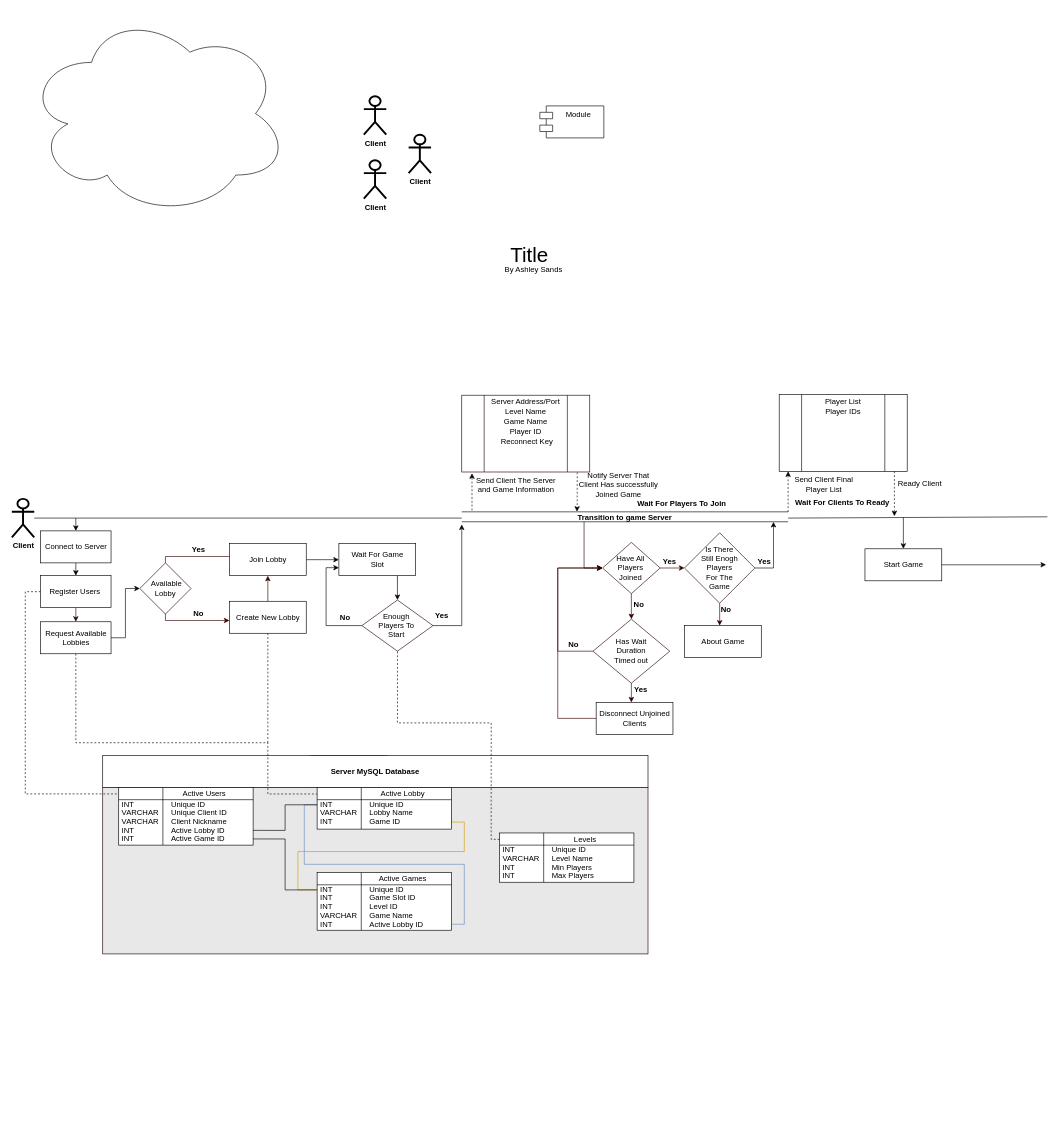
Above: Server 2.drawio in Ashley-Sands/Comp-260 (draw.io), before the change. Source tidied: cells renumbered, new cells numbered last; positions are measured from the earlier drawing's top-left corner, leaving out a move shared by most shapes. Both pictures are drawn from the tidied source at 64%, with x=0, y=0 at pixel (12, 11).
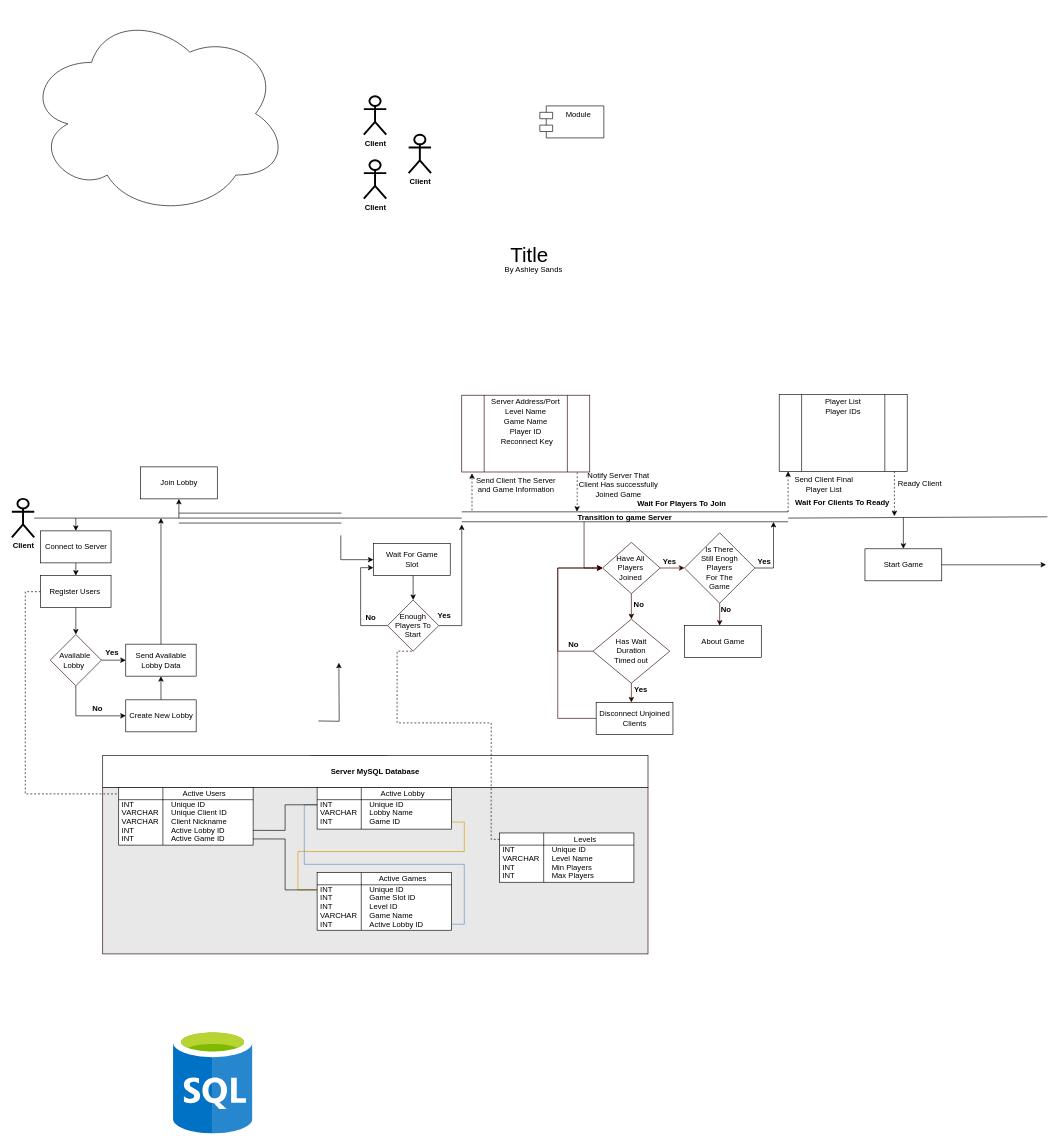
The same page after the edit.

The change refers to these unchanged cells:
```xml
<mxCell id="84" value="Register Users&amp;nbsp;" style="html=1;strokeWidth=1;align=center;" parent="71" vertex="1">
  <mxGeometry x="45" y="882" width="110" height="50" as="geometry" />
</mxCell>
<mxCell id="147" style="shape=internalStorage;whiteSpace=wrap;html=1;backgroundOutline=1;strokeWidth=1;align=center;dx=69;dy=19;" parent="146" vertex="1">
  <mxGeometry width="210" height="65" as="geometry" />
</mxCell>
```

Diff of the diagram source:
```diff
@@
-    <mxCell id="4" style="edgeStyle=elbowEdgeStyle;rounded=0;jettySize=auto;elbow=vertical;html=1;exitX=0.5;exitY=1;exitDx=0;exitDy=0;startArrow=none;startFill=0;endArrow=classic;endFill=1;strokeColor=#330000;fontColor=#050000;entryX=0;entryY=0.6;entryDx=0;entryDy=0;entryPerimeter=0;" parent="1" edge="1" source="5" target="124">
-      <mxGeometry relative="1" as="geometry">
-        <Array as="points">
-          <mxPoint x="380" y="952" />
-        </Array>
-      </mxGeometry>
-    </mxCell>
-    <mxCell id="5" style="rhombus;whiteSpace=wrap;html=1;rounded=0;glass=0;strokeColor=#260000;fillColor=#ffffff;fontColor=#FF0000;align=left;" parent="1" vertex="1">
-      <mxGeometry x="200" y="862" width="80" height="80" as="geometry" />
-    </mxCell>
-    <mxCell id="6" value="&amp;nbsp;Available Lobby" style="text;html=1;strokeColor=none;fillColor=none;align=center;verticalAlign=middle;whiteSpace=wrap;rounded=0;glass=0;fontColor=#050000;" parent="1" vertex="1">
-      <mxGeometry x="210" y="872" width="60" height="60" as="geometry" />
-    </mxCell>
-    <mxCell id="7" style="edgeStyle=elbowEdgeStyle;rounded=0;jettySize=auto;elbow=vertical;html=1;exitX=0.5;exitY=0;exitDx=0;exitDy=0;startArrow=none;startFill=0;endArrow=classic;endFill=1;strokeColor=#330000;fontColor=#050000;horizontal=1;" parent="1" edge="1" source="5">
-      <mxGeometry relative="1" as="geometry">
-        <mxPoint x="399" y="852" as="targetPoint" />
-        <Array as="points">
-          <mxPoint x="360" y="852" />
-        </Array>
-      </mxGeometry>
-    </mxCell>
-    <mxCell id="8" value="&lt;b&gt;Yes&lt;/b&gt;" style="text;html=1;strokeColor=none;fillColor=none;align=center;verticalAlign=middle;whiteSpace=wrap;rounded=0;glass=0;fontColor=#050000;" parent="1" vertex="1">
-      <mxGeometry x="272" y="832" width="40" height="20" as="geometry" />
-    </mxCell>
-    <mxCell id="9" value="&lt;b&gt;No&lt;/b&gt;" style="text;html=1;strokeColor=none;fillColor=none;align=center;verticalAlign=middle;whiteSpace=wrap;rounded=0;glass=0;fontColor=#050000;" parent="1" vertex="1">
-      <mxGeometry x="272" y="932" width="40" height="20" as="geometry" />
-    </mxCell>
-    <mxCell id="10" style="edgeStyle=elbowEdgeStyle;rounded=0;jettySize=auto;elbow=vertical;html=1;exitX=1;exitY=0.5;exitDx=0;exitDy=0;startArrow=none;startFill=0;endArrow=classic;endFill=1;strokeColor=#000000;fontColor=#050000;" parent="1" edge="1" source="11" target="14">
-      <mxGeometry relative="1" as="geometry" />
+    <mxCell id="10" style="edgeStyle=elbowEdgeStyle;rounded=0;orthogonalLoop=1;jettySize=auto;elbow=vertical;html=1;startArrow=none;startFill=0;endArrow=classic;endFill=1;strokeColor=#000000;fontColor=#050000;" parent="1" edge="1">
+      <mxGeometry relative="1" as="geometry">
+        <mxPoint x="514" y="819" as="sourcePoint" />
+        <mxPoint x="565" y="857" as="targetPoint" />
+        <Array as="points">
+          <mxPoint x="437" y="857" />
+          <mxPoint x="421" y="850" />
+        </Array>
+      </mxGeometry>
     </mxCell>
-    <mxCell id="11" value="Join Lobby" style="html=1;strokeWidth=1;align=center;" parent="1" vertex="1">
-      <mxGeometry x="340" y="832" width="120" height="50" as="geometry" />
-    </mxCell>
-    <mxCell id="12" style="edgeStyle=elbowEdgeStyle;rounded=0;jettySize=auto;elbow=vertical;html=1;exitX=0.5;exitY=0;exitDx=0;exitDy=0;entryX=0.5;entryY=1;entryDx=0;entryDy=0;startArrow=none;startFill=0;endArrow=classic;endFill=1;strokeColor=#330000;fontColor=#050000;" parent="1" edge="1" source="124" target="11">
-      <mxGeometry relative="1" as="geometry" />
-    </mxCell>
-    <mxCell id="13" style="edgeStyle=orthogonalEdgeStyle;rounded=0;jettySize=auto;html=1;entryX=0.5;entryY=0;entryDx=0;entryDy=0;endArrow=classic;endFill=1;exitX=0.75;exitY=1;exitDx=0;exitDy=0;" parent="1" edge="1" source="14" target="58">
-      <mxGeometry relative="1" as="geometry" />
+    <mxCell id="13" style="edgeStyle=orthogonalEdgeStyle;rounded=0;jettySize=auto;html=1;entryX=0.5;entryY=0;entryDx=0;entryDy=0;endArrow=classic;endFill=1;exitX=0.5;exitY=1;exitDx=0;exitDy=0;" parent="1" edge="1" source="14" target="58">
+      <mxGeometry relative="1" as="geometry">
+        <Array as="points">
+          <mxPoint x="627" y="882" />
+        </Array>
+      </mxGeometry>
     </mxCell>
     <mxCell id="14" value="Wait For Game&lt;br&gt;Slot" style="html=1;strokeWidth=1;align=center;" parent="1" vertex="1">
-      <mxGeometry x="511" y="832" width="120" height="50" as="geometry" />
+      <mxGeometry x="565" y="832" width="120" height="50" as="geometry" />
     </mxCell>
     <mxCell id="15" value="&lt;b&gt;No&lt;/b&gt;" style="text;html=1;strokeColor=none;fillColor=none;align=center;verticalAlign=middle;whiteSpace=wrap;rounded=0;glass=0;fontColor=#050000;" parent="1" vertex="1">
-      <mxGeometry x="501" y="938" width="40" height="20" as="geometry" />
+      <mxGeometry x="541" y="938" width="40" height="20" as="geometry" />
     </mxCell>
@@
-    <mxCell id="54" style="edgeStyle=orthogonalEdgeStyle;rounded=0;jettySize=auto;html=1;entryX=0;entryY=0.5;entryDx=0;entryDy=0;" parent="1" edge="1" source="123" target="5">
-      <mxGeometry relative="1" as="geometry" />
+    <mxCell id="54" style="edgeStyle=orthogonalEdgeStyle;rounded=0;orthogonalLoop=1;jettySize=auto;html=1;" parent="1" edge="1">
+      <mxGeometry relative="1" as="geometry">
+        <mxPoint x="479" y="1109" as="sourcePoint" />
+        <mxPoint x="511" y="1018" as="targetPoint" />
+      </mxGeometry>
     </mxCell>
-    <mxCell id="55" style="edgeStyle=orthogonalEdgeStyle;rounded=0;jettySize=auto;html=1;exitX=0.5;exitY=1;exitDx=0;exitDy=0;dashed=1;endArrow=none;endFill=0;" parent="1" edge="1" source="124">
-      <mxGeometry relative="1" as="geometry">
-        <mxPoint x="400" y="1144" as="targetPoint" />
-      </mxGeometry>
-    </mxCell>
@@
     <mxCell id="58" style="rhombus;whiteSpace=wrap;html=1;rounded=0;glass=0;strokeColor=#260000;fillColor=#ffffff;fontColor=#FF0000;align=left;" parent="1" vertex="1">
-      <mxGeometry x="547" y="920" width="111" height="80" as="geometry" />
+      <mxGeometry x="587" y="920" width="80" height="80" as="geometry" />
     </mxCell>
     <mxCell id="59" value="&lt;b&gt;Yes&lt;/b&gt;" style="text;html=1;strokeColor=none;fillColor=none;align=center;verticalAlign=middle;whiteSpace=wrap;rounded=0;glass=0;fontColor=#050000;" parent="1" vertex="1">
-      <mxGeometry x="652" y="935" width="40" height="20" as="geometry" />
+      <mxGeometry x="656" y="935" width="40" height="20" as="geometry" />
     </mxCell>
     <mxCell id="60" value="Enough Players To Start" style="text;html=1;strokeColor=none;fillColor=none;align=center;verticalAlign=middle;whiteSpace=wrap;rounded=0;glass=0;fontColor=#050000;" parent="1" vertex="1">
-      <mxGeometry x="571" y="930" width="60" height="60" as="geometry" />
+      <mxGeometry x="597" y="930" width="60" height="60" as="geometry" />
     </mxCell>
@@
+    <mxCell id="167" style="shape=link;html=1;startArrow=none;startFill=0;endArrow=classic;endFill=1;strokeColor=#000000;fontColor=#050000;width=15.517241379310345;" parent="1" edge="1">
+      <mxGeometry relative="1" as="geometry">
+        <mxPoint x="261" y="792" as="sourcePoint" />
+        <mxPoint x="515" y="792" as="targetPoint" />
+      </mxGeometry>
+    </mxCell>
@@
-    <mxCell id="83" style="edgeStyle=orthogonalEdgeStyle;rounded=0;jettySize=auto;html=1;exitX=0.5;exitY=1;exitDx=0;exitDy=0;entryX=0.5;entryY=0;entryDx=0;entryDy=0;strokeColor=#330000;fontColor=#FF0000;" parent="71" edge="1" source="84" target="123">
-      <mxGeometry relative="1" as="geometry" />
-    </mxCell>
@@
-    <mxCell id="122" style="edgeStyle=orthogonalEdgeStyle;rounded=0;jettySize=auto;html=1;exitX=0.5;exitY=1;exitDx=0;exitDy=0;startArrow=none;startFill=0;endArrow=none;endFill=0;strokeColor=#000000;fontColor=#FF0000;dashed=1;entryX=0.007;entryY=0.155;entryDx=0;entryDy=0;entryPerimeter=0;" parent="71" edge="1" source="123" target="147">
-      <mxGeometry relative="1" as="geometry">
-        <Array as="points">
-          <mxPoint x="100" y="1143" />
-          <mxPoint x="400" y="1143" />
-          <mxPoint x="400" y="1223" />
-        </Array>
-      </mxGeometry>
-    </mxCell>
-    <mxCell id="123" value="Request Available &lt;br&gt;Lobbies" style="html=1;strokeWidth=1;align=center;" parent="71" vertex="1">
-      <mxGeometry x="45" y="954" width="110" height="50" as="geometry" />
+    <mxCell id="123" value="Send Available &lt;br&gt;Lobby Data" style="html=1;strokeWidth=1;align=center;" parent="71" vertex="1">
+      <mxGeometry x="178" y="989" width="110" height="50" as="geometry" />
     </mxCell>
-    <mxCell id="124" value="Create New Lobby" style="html=1;strokeWidth=1;align=center;" parent="71" vertex="1">
-      <mxGeometry x="340" y="922" width="120" height="50" as="geometry" />
-    </mxCell>
@@
+    <mxCell id="168" style="html=1;align=center;image;fontSize=12;image=img/lib/mscae/SQL_Database_generic.svg;" parent="159" vertex="1">
+      <mxGeometry x="252" y="1590" width="124.6" height="164" as="geometry" />
+    </mxCell>
@@
+    <mxCell id="169" parent="0" />
+    <mxCell id="4" style="edgeStyle=elbowEdgeStyle;rounded=0;jettySize=auto;elbow=vertical;html=1;exitX=0.5;exitY=1;exitDx=0;exitDy=0;startArrow=none;startFill=0;endArrow=classic;endFill=1;strokeColor=#000000;fontColor=#050000;entryX=0;entryY=0.5;entryDx=0;entryDy=0;" parent="169" edge="1" source="5" target="124">
+      <mxGeometry relative="1" as="geometry">
+        <Array as="points">
+          <mxPoint x="161" y="1101" />
+          <mxPoint x="155" y="1078" />
+          <mxPoint x="282" y="1064" />
+        </Array>
+      </mxGeometry>
+    </mxCell>
+    <mxCell id="5" style="rhombus;whiteSpace=wrap;html=1;rounded=0;glass=0;strokeColor=#260000;fillColor=#ffffff;fontColor=#FF0000;align=left;" parent="169" vertex="1">
+      <mxGeometry x="60" y="974" width="80" height="80" as="geometry" />
+    </mxCell>
+    <mxCell id="6" value="&amp;nbsp;Available Lobby" style="text;html=1;strokeColor=none;fillColor=none;align=center;verticalAlign=middle;whiteSpace=wrap;rounded=0;glass=0;fontColor=#050000;" parent="169" vertex="1">
+      <mxGeometry x="67" y="984" width="60" height="60" as="geometry" />
+    </mxCell>
+    <mxCell id="7" style="edgeStyle=elbowEdgeStyle;rounded=0;jettySize=auto;elbow=vertical;html=1;startArrow=none;startFill=0;endArrow=classic;endFill=1;strokeColor=#000000;fontColor=#050000;horizontal=1;exitX=1;exitY=0.5;exitDx=0;exitDy=0;entryX=0;entryY=0.5;entryDx=0;entryDy=0;" parent="169" edge="1" source="5" target="123">
+      <mxGeometry relative="1" as="geometry">
+        <Array as="points">
+          <mxPoint x="164" y="1014" />
+          <mxPoint x="260" y="964" />
+        </Array>
+      </mxGeometry>
+    </mxCell>
+    <mxCell id="8" value="&lt;b&gt;Yes&lt;/b&gt;" style="text;html=1;strokeColor=none;fillColor=none;align=center;verticalAlign=middle;whiteSpace=wrap;rounded=0;glass=0;fontColor=#050000;" parent="169" vertex="1">
+      <mxGeometry x="137" y="993" width="40" height="20" as="geometry" />
+    </mxCell>
+    <mxCell id="9" value="&lt;b&gt;No&lt;/b&gt;" style="text;html=1;strokeColor=none;fillColor=none;align=center;verticalAlign=middle;whiteSpace=wrap;rounded=0;glass=0;fontColor=#050000;" parent="169" vertex="1">
+      <mxGeometry x="114" y="1080" width="40" height="20" as="geometry" />
+    </mxCell>
+    <mxCell id="11" value="Join Lobby" style="html=1;strokeWidth=1;align=center;" parent="169" vertex="1">
+      <mxGeometry x="201" y="712" width="120" height="50" as="geometry" />
+    </mxCell>
+    <mxCell id="12" style="edgeStyle=elbowEdgeStyle;rounded=0;jettySize=auto;elbow=vertical;html=1;exitX=0.5;exitY=0;exitDx=0;exitDy=0;startArrow=none;startFill=0;endArrow=classic;endFill=1;strokeColor=#000000;fontColor=#050000;" parent="169" edge="1" source="124" target="123">
+      <mxGeometry relative="1" as="geometry" />
+    </mxCell>
+    <mxCell id="124" value="Create New Lobby" style="html=1;strokeWidth=1;align=center;" parent="169" vertex="1">
+      <mxGeometry x="178" y="1076" width="110" height="50" as="geometry" />
+    </mxCell>
+    <mxCell id="170" style="edgeStyle=orthogonalEdgeStyle;rounded=0;jettySize=auto;html=1;exitX=0.5;exitY=1;exitDx=0;exitDy=0;entryX=0.5;entryY=0;entryDx=0;entryDy=0;strokeColor=#000000;" parent="169" edge="1" source="84" target="5">
+      <mxGeometry relative="1" as="geometry" />
+    </mxCell>
+    <mxCell id="171" style="edgeStyle=orthogonalEdgeStyle;rounded=0;jettySize=auto;html=1;strokeColor=#000000;exitX=0.5;exitY=0;exitDx=0;exitDy=0;" parent="169" edge="1" source="123">
+      <mxGeometry relative="1" as="geometry">
+        <mxPoint x="233" y="792" as="targetPoint" />
+      </mxGeometry>
+    </mxCell>
+    <mxCell id="172" style="endArrow=classic;html=1;strokeColor=#000000;entryX=0.5;entryY=1;entryDx=0;entryDy=0;" parent="169" edge="1" target="11">
+      <mxGeometry relative="1" as="geometry">
+        <mxPoint x="261" y="792" as="sourcePoint" />
+      </mxGeometry>
+    </mxCell>
```
